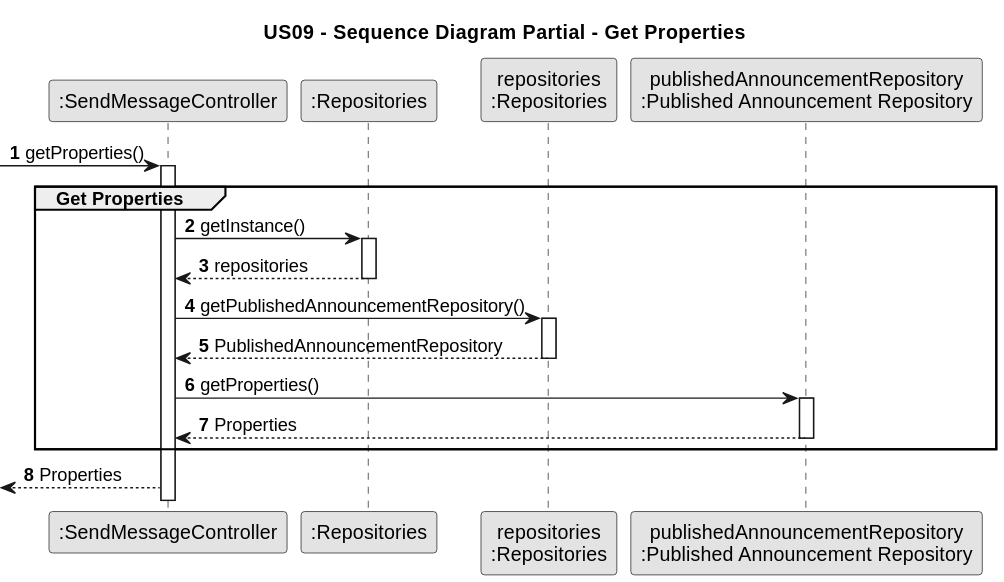
Before: docs/sprintC/US09/03.design/svg/us09-sequence-diagram-partial-get-properties.svg, a diagram exported from PlantUML (PureNimble/ISEP-LAPR2). Source of this version:
```plantuml
@startuml
skinparam monochrome true
skinparam packageStyle rectangle
skinparam shadowing false

title US09 - Sequence Diagram Partial - Get Properties

autonumber


participant ":SendMessageController" as CTRL
participant ":Repositories" as Repository
participant "repositories\n:Repositories" as Repository2
participant "publishedAnnouncementRepository\n:Published Announcement Repository" as publishedAnnouncementRepository

autonumber

-> CTRL : getProperties()
            activate CTRL

            group Get Properties


            CTRL -> Repository : getInstance()
                activate Repository

            Repository --> CTRL : repositories
                deactivate Repository

            CTRL -> Repository2 : getPublishedAnnouncementRepository()
                activate Repository2

            Repository2 --> CTRL : PublishedAnnouncementRepository
                deactivate Repository2

            CTRL -> publishedAnnouncementRepository : getProperties()

                activate publishedAnnouncementRepository

            publishedAnnouncementRepository --> CTRL : Properties

                deactivate publishedAnnouncementRepository

        end

        <-- CTRL : Properties
@enduml
```
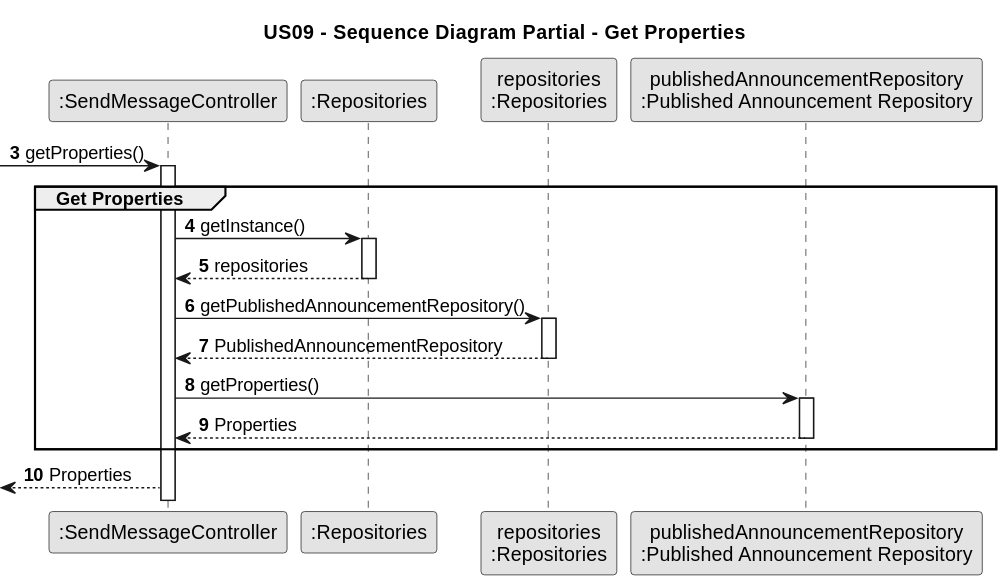
After the commit.

Commit message:
US09 - class diagram + svg update sequence diagram full + svg update sequence diagram split + svg update sequence diagram partials + svg update

Diff of the diagram source:
```diff
@@ -5,7 +5,7 @@
 
 title US09 - Sequence Diagram Partial - Get Properties
 
-autonumber
+autonumber 3
 
 
 participant ":SendMessageController" as CTRL
@@ -13,7 +13,7 @@
 participant "repositories\n:Repositories" as Repository2
 participant "publishedAnnouncementRepository\n:Published Announcement Repository" as publishedAnnouncementRepository
 
-autonumber
+
 
 -> CTRL : getProperties()
             activate CTRL
```
